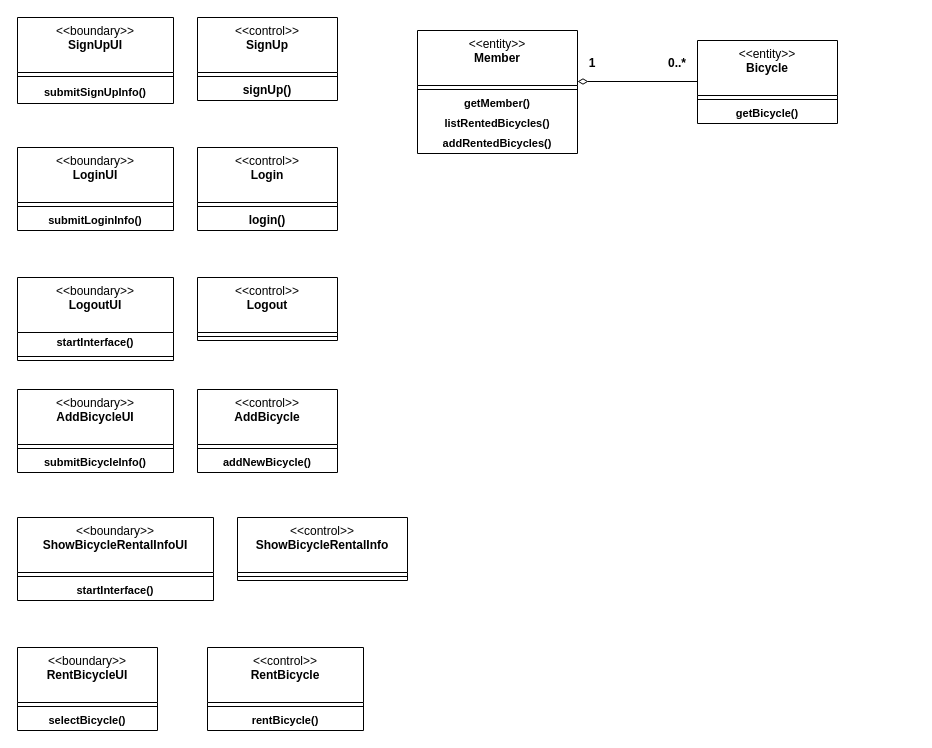
The draw.io diagram HW2-1/analysis class diagram.drawio in hoyun06/2025-hongik-se-hw-2, before the edit. Source tidied: cells renumbered, new cells numbered last; positions are measured from the earlier drawing's top-left corner, leaving out a move shared by most shapes. Both pictures are drawn from the tidied source at 100%, with x=0, y=0 at pixel (17, 17).
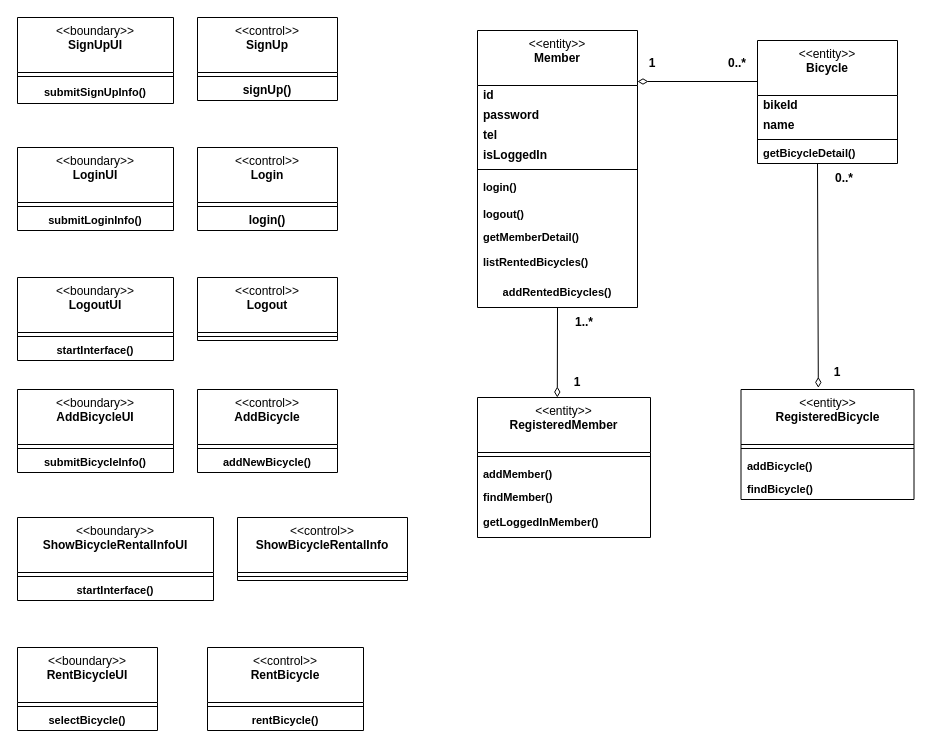
The same diagram, later.

Commit message:
[HW2-1] analysis class diagram 수정

The change refers to these unchanged cells:
```xml
<mxCell id="16" value="&amp;lt;&amp;lt;boundary&amp;gt;&amp;gt;&lt;br&gt;&lt;b&gt;LogoutUI&lt;/b&gt;" style="swimlane;fontStyle=0;align=center;verticalAlign=top;horizontal=1;startSize=55;html=1;whiteSpace=wrap;" parent="1" vertex="1">
  <mxGeometry y="260" width="156" height="83" as="geometry" />
</mxCell>
```

Change to the diagram source:
```diff
@@
+    <mxCell id="18" style="line;strokeWidth=1;fillColor=none;align=left;verticalAlign=middle;spacingTop=-1;spacingLeft=3;spacingRight=3;labelPosition=right;" parent="16" vertex="1">
+      <mxGeometry y="55" width="156" height="8" as="geometry" />
+    </mxCell>
     <mxCell id="17" value="&lt;b style=&quot;font-size: 11px; text-wrap-mode: nowrap;&quot;&gt;startInterface()&lt;/b&gt;" style="text;html=1;strokeColor=none;fillColor=none;align=center;verticalAlign=middle;spacingLeft=4;spacingRight=4;overflow=hidden;whiteSpace=wrap;" parent="16" vertex="1">
-      <mxGeometry y="55" width="156" height="20" as="geometry" />
+      <mxGeometry y="63" width="156" height="20" as="geometry" />
     </mxCell>
-    <mxCell id="18" style="line;strokeWidth=1;fillColor=none;align=left;verticalAlign=middle;spacingTop=-1;spacingLeft=3;spacingRight=3;labelPosition=right;" parent="16" vertex="1">
-      <mxGeometry y="75" width="156" height="8" as="geometry" />
-    </mxCell>
@@
     <mxCell id="36" value="&amp;lt;&amp;lt;entity&amp;gt;&amp;gt;&lt;br&gt;&lt;b&gt;Bicycle&lt;/b&gt;" style="swimlane;fontStyle=0;align=center;verticalAlign=top;horizontal=1;startSize=55;html=1;whiteSpace=wrap;" parent="1" vertex="1">
-      <mxGeometry x="680" y="23" width="140" height="83" as="geometry" />
+      <mxGeometry x="740" y="23" width="140" height="123" as="geometry" />
     </mxCell>
+    <mxCell id="47" value="&lt;b&gt;bikeId&lt;/b&gt;" style="text;html=1;strokeColor=none;fillColor=none;align=left;verticalAlign=middle;spacingLeft=4;spacingRight=4;overflow=hidden;whiteSpace=wrap;" parent="36" vertex="1">
+      <mxGeometry y="55" width="140" height="20" as="geometry" />
+    </mxCell>
+    <mxCell id="48" value="&lt;b&gt;name&lt;/b&gt;" style="text;html=1;strokeColor=none;fillColor=none;align=left;verticalAlign=middle;spacingLeft=4;spacingRight=4;overflow=hidden;whiteSpace=wrap;" parent="36" vertex="1">
+      <mxGeometry y="75" width="140" height="20" as="geometry" />
+    </mxCell>
     <mxCell id="37" style="line;strokeWidth=1;fillColor=none;align=left;verticalAlign=middle;spacingTop=-1;spacingLeft=3;spacingRight=3;labelPosition=right;" parent="36" vertex="1">
-      <mxGeometry y="55" width="140" height="8" as="geometry" />
+      <mxGeometry y="95" width="140" height="8" as="geometry" />
     </mxCell>
-    <mxCell id="38" value="&lt;b style=&quot;font-size: 11px; text-wrap-mode: nowrap;&quot;&gt;getBicycle()&lt;/b&gt;" style="text;html=1;strokeColor=none;fillColor=none;align=center;verticalAlign=middle;spacingLeft=4;spacingRight=4;overflow=hidden;whiteSpace=wrap;" parent="36" vertex="1">
-      <mxGeometry y="63" width="140" height="20" as="geometry" />
+    <mxCell id="38" value="&lt;b style=&quot;font-size: 11px; text-wrap-mode: nowrap;&quot;&gt;getBicycleDetail()&lt;/b&gt;" style="text;html=1;strokeColor=none;fillColor=none;align=left;verticalAlign=middle;spacingLeft=4;spacingRight=4;overflow=hidden;whiteSpace=wrap;" parent="36" vertex="1">
+      <mxGeometry y="103" width="140" height="20" as="geometry" />
     </mxCell>
     <mxCell id="39" value="&amp;lt;&amp;lt;entity&amp;gt;&amp;gt;&lt;br&gt;&lt;b&gt;Member&lt;/b&gt;" style="swimlane;fontStyle=0;align=center;verticalAlign=top;horizontal=1;startSize=55;html=1;whiteSpace=wrap;" parent="1" vertex="1">
-      <mxGeometry x="400" y="13" width="160" height="123" as="geometry" />
+      <mxGeometry x="460" y="13" width="160" height="277" as="geometry" />
     </mxCell>
+    <mxCell id="49" value="&lt;b&gt;id&lt;/b&gt;" style="text;html=1;strokeColor=none;fillColor=none;align=left;verticalAlign=middle;spacingLeft=4;spacingRight=4;overflow=hidden;whiteSpace=wrap;" parent="39" vertex="1">
+      <mxGeometry y="55" width="160" height="20" as="geometry" />
+    </mxCell>
+    <mxCell id="50" value="&lt;b&gt;password&lt;/b&gt;" style="text;html=1;strokeColor=none;fillColor=none;align=left;verticalAlign=middle;spacingLeft=4;spacingRight=4;overflow=hidden;whiteSpace=wrap;" parent="39" vertex="1">
+      <mxGeometry y="75" width="160" height="20" as="geometry" />
+    </mxCell>
+    <mxCell id="51" value="&lt;b&gt;tel&lt;/b&gt;" style="text;html=1;strokeColor=none;fillColor=none;align=left;verticalAlign=middle;spacingLeft=4;spacingRight=4;overflow=hidden;whiteSpace=wrap;" parent="39" vertex="1">
+      <mxGeometry y="95" width="160" height="20" as="geometry" />
+    </mxCell>
+    <mxCell id="52" value="&lt;b&gt;isLoggedIn&lt;/b&gt;" style="text;html=1;strokeColor=none;fillColor=none;align=left;verticalAlign=middle;spacingLeft=4;spacingRight=4;overflow=hidden;whiteSpace=wrap;" parent="39" vertex="1">
+      <mxGeometry y="115" width="160" height="20" as="geometry" />
+    </mxCell>
     <mxCell id="40" style="line;strokeWidth=1;fillColor=none;align=left;verticalAlign=middle;spacingTop=-1;spacingLeft=3;spacingRight=3;labelPosition=right;" parent="39" vertex="1">
-      <mxGeometry y="55" width="160" height="8" as="geometry" />
+      <mxGeometry y="135" width="160" height="8" as="geometry" />
     </mxCell>
-    <mxCell id="41" value="&lt;b style=&quot;font-size: 11px; text-wrap-mode: nowrap;&quot;&gt;getMember()&lt;/b&gt;" style="text;html=1;strokeColor=none;fillColor=none;align=center;verticalAlign=middle;spacingLeft=4;spacingRight=4;overflow=hidden;whiteSpace=wrap;" parent="39" vertex="1">
-      <mxGeometry y="63" width="160" height="20" as="geometry" />
+    <mxCell id="41" value="&lt;b style=&quot;font-size: 11px; text-wrap-mode: nowrap;&quot;&gt;login()&lt;/b&gt;" style="text;html=1;strokeColor=none;fillColor=none;align=left;verticalAlign=middle;spacingLeft=4;spacingRight=4;overflow=hidden;whiteSpace=wrap;" parent="39" vertex="1">
+      <mxGeometry y="143" width="160" height="27" as="geometry" />
     </mxCell>
+    <mxCell id="53" value="&lt;b style=&quot;font-size: 11px; text-wrap-mode: nowrap;&quot;&gt;logout()&lt;/b&gt;" style="text;html=1;strokeColor=none;fillColor=none;align=left;verticalAlign=middle;spacingLeft=4;spacingRight=4;overflow=hidden;whiteSpace=wrap;" parent="39" vertex="1">
+      <mxGeometry y="170" width="160" height="27" as="geometry" />
+    </mxCell>
+    <mxCell id="54" value="&lt;b style=&quot;font-size: 11px; text-wrap-mode: nowrap;&quot;&gt;getMemberDetail()&lt;/b&gt;" style="text;html=1;strokeColor=none;fillColor=none;align=left;verticalAlign=middle;spacingLeft=4;spacingRight=4;overflow=hidden;whiteSpace=wrap;" parent="39" vertex="1">
+      <mxGeometry y="197" width="160" height="20" as="geometry" />
+    </mxCell>
-    <mxCell id="42" value="&lt;b style=&quot;font-size: 11px; text-wrap-mode: nowrap;&quot;&gt;listRentedBicycles()&lt;/b&gt;" style="text;html=1;strokeColor=none;fillColor=none;align=center;verticalAlign=middle;spacingLeft=4;spacingRight=4;overflow=hidden;whiteSpace=wrap;" parent="39" vertex="1">
-      <mxGeometry y="83" width="160" height="20" as="geometry" />
+    <mxCell id="42" value="&lt;b style=&quot;font-size: 11px; text-wrap-mode: nowrap;&quot;&gt;listRentedBicycles()&lt;/b&gt;" style="text;html=1;strokeColor=none;fillColor=none;align=left;verticalAlign=middle;spacingLeft=4;spacingRight=4;overflow=hidden;whiteSpace=wrap;" parent="39" vertex="1">
+      <mxGeometry y="217" width="160" height="30" as="geometry" />
     </mxCell>
     <mxCell id="43" value="&lt;b style=&quot;font-size: 11px; text-wrap-mode: nowrap;&quot;&gt;addRentedBicycles()&lt;/b&gt;" style="text;html=1;strokeColor=none;fillColor=none;align=center;verticalAlign=middle;spacingLeft=4;spacingRight=4;overflow=hidden;whiteSpace=wrap;" parent="39" vertex="1">
-      <mxGeometry y="103" width="160" height="20" as="geometry" />
+      <mxGeometry y="247" width="160" height="30" as="geometry" />
     </mxCell>
     <mxCell id="44" style="endArrow=none;startArrow=diamondThin;endFill=0;startFill=0;html=1;verticalAlign=bottom;labelBackgroundColor=none;strokeWidth=1;startSize=8;endSize=8;rounded=0;" parent="1" edge="1">
       <mxGeometry relative="1" as="geometry">
-        <mxPoint x="560" y="64" as="sourcePoint" />
-        <mxPoint x="680" y="64" as="targetPoint" />
+        <mxPoint x="620" y="64" as="sourcePoint" />
+        <mxPoint x="740" y="64" as="targetPoint" />
       </mxGeometry>
     </mxCell>
     <mxCell id="45" value="&lt;b&gt;1&lt;/b&gt;" style="text;html=1;align=center;verticalAlign=middle;whiteSpace=wrap;rounded=0;" parent="1" vertex="1">
-      <mxGeometry x="545" y="31" width="60" height="30" as="geometry" />
+      <mxGeometry x="605" y="31" width="60" height="30" as="geometry" />
     </mxCell>
     <mxCell id="46" value="&lt;b&gt;0..*&lt;/b&gt;" style="text;html=1;align=center;verticalAlign=middle;whiteSpace=wrap;rounded=0;" parent="1" vertex="1">
-      <mxGeometry x="630" y="31" width="60" height="30" as="geometry" />
+      <mxGeometry x="690" y="31" width="60" height="30" as="geometry" />
     </mxCell>
+    <mxCell id="55" value="&amp;lt;&amp;lt;entity&amp;gt;&amp;gt;&lt;br&gt;&lt;b&gt;RegisteredMember&lt;/b&gt;" style="swimlane;fontStyle=0;align=center;verticalAlign=top;horizontal=1;startSize=55;html=1;whiteSpace=wrap;" parent="1" vertex="1">
+      <mxGeometry x="460" y="380" width="173" height="140" as="geometry" />
+    </mxCell>
+    <mxCell id="56" style="line;strokeWidth=1;fillColor=none;align=left;verticalAlign=middle;spacingTop=-1;spacingLeft=3;spacingRight=3;labelPosition=right;" parent="55" vertex="1">
+      <mxGeometry y="55" width="173" height="8" as="geometry" />
+    </mxCell>
+    <mxCell id="57" value="&lt;b style=&quot;font-size: 11px; text-wrap-mode: nowrap;&quot;&gt;addMember()&lt;/b&gt;" style="text;html=1;strokeColor=none;fillColor=none;align=left;verticalAlign=middle;spacingLeft=4;spacingRight=4;overflow=hidden;whiteSpace=wrap;" parent="55" vertex="1">
+      <mxGeometry y="63" width="173" height="27" as="geometry" />
+    </mxCell>
+    <mxCell id="58" value="&lt;b style=&quot;font-size: 11px; text-wrap-mode: nowrap;&quot;&gt;findMember()&lt;/b&gt;" style="text;html=1;strokeColor=none;fillColor=none;align=left;verticalAlign=middle;spacingLeft=4;spacingRight=4;overflow=hidden;whiteSpace=wrap;" parent="55" vertex="1">
+      <mxGeometry y="90" width="173" height="20" as="geometry" />
+    </mxCell>
+    <mxCell id="59" value="&lt;b style=&quot;font-size: 11px; text-align: center; text-wrap-mode: nowrap;&quot;&gt;getLoggedInMember()&lt;/b&gt;" style="text;html=1;strokeColor=none;fillColor=none;align=left;verticalAlign=middle;spacingLeft=4;spacingRight=4;overflow=hidden;whiteSpace=wrap;" parent="55" vertex="1">
+      <mxGeometry y="110" width="173" height="30" as="geometry" />
+    </mxCell>
+    <mxCell id="60" value="&amp;lt;&amp;lt;entity&amp;gt;&amp;gt;&lt;br&gt;&lt;b&gt;RegisteredBicycle&lt;/b&gt;" style="swimlane;fontStyle=0;align=center;verticalAlign=top;horizontal=1;startSize=55;html=1;whiteSpace=wrap;" parent="1" vertex="1">
+      <mxGeometry x="723.5" y="372" width="173" height="110" as="geometry" />
+    </mxCell>
+    <mxCell id="61" style="line;strokeWidth=1;fillColor=none;align=left;verticalAlign=middle;spacingTop=-1;spacingLeft=3;spacingRight=3;labelPosition=right;" parent="60" vertex="1">
+      <mxGeometry y="55" width="173" height="8" as="geometry" />
+    </mxCell>
+    <mxCell id="62" value="&lt;b style=&quot;font-size: 11px; text-wrap-mode: nowrap;&quot;&gt;addBicycle()&lt;/b&gt;" style="text;html=1;strokeColor=none;fillColor=none;align=left;verticalAlign=middle;spacingLeft=4;spacingRight=4;overflow=hidden;whiteSpace=wrap;" parent="60" vertex="1">
+      <mxGeometry y="63" width="173" height="27" as="geometry" />
+    </mxCell>
+    <mxCell id="63" value="&lt;b style=&quot;font-size: 11px; text-wrap-mode: nowrap;&quot;&gt;findBicycle()&lt;/b&gt;" style="text;html=1;strokeColor=none;fillColor=none;align=left;verticalAlign=middle;spacingLeft=4;spacingRight=4;overflow=hidden;whiteSpace=wrap;" parent="60" vertex="1">
+      <mxGeometry y="90" width="173" height="20" as="geometry" />
+    </mxCell>
+    <mxCell id="64" style="endArrow=none;startArrow=diamondThin;endFill=0;startFill=0;html=1;verticalAlign=bottom;labelBackgroundColor=none;strokeWidth=1;startSize=8;endSize=8;rounded=0;exitX=0.5;exitY=0;exitDx=0;exitDy=0;" parent="1" edge="1">
+      <mxGeometry relative="1" as="geometry">
+        <mxPoint x="539.8" y="380" as="sourcePoint" />
+        <mxPoint x="540" y="290" as="targetPoint" />
+      </mxGeometry>
+    </mxCell>
+    <mxCell id="65" value="&lt;b&gt;1&lt;/b&gt;" style="text;html=1;align=center;verticalAlign=middle;whiteSpace=wrap;rounded=0;" parent="1" vertex="1">
+      <mxGeometry x="530" y="350" width="60" height="30" as="geometry" />
+    </mxCell>
+    <mxCell id="66" value="&lt;b&gt;1..*&lt;/b&gt;" style="text;html=1;align=center;verticalAlign=middle;whiteSpace=wrap;rounded=0;" parent="1" vertex="1">
+      <mxGeometry x="537" y="290" width="60" height="30" as="geometry" />
+    </mxCell>
+    <mxCell id="67" style="endArrow=none;startArrow=diamondThin;endFill=0;startFill=0;html=1;verticalAlign=bottom;labelBackgroundColor=none;strokeWidth=1;startSize=8;endSize=8;rounded=0;exitX=0.447;exitY=-0.015;exitDx=0;exitDy=0;exitPerimeter=0;" parent="1" edge="1" source="60">
+      <mxGeometry relative="1" as="geometry">
+        <mxPoint x="800" y="146" as="targetPoint" />
+      </mxGeometry>
+    </mxCell>
+    <mxCell id="68" value="&lt;b&gt;1&lt;/b&gt;" style="text;html=1;align=center;verticalAlign=middle;whiteSpace=wrap;rounded=0;" parent="1" vertex="1">
+      <mxGeometry x="790" y="340" width="60" height="30" as="geometry" />
+    </mxCell>
+    <mxCell id="69" value="&lt;b&gt;0..*&lt;/b&gt;" style="text;html=1;align=center;verticalAlign=middle;whiteSpace=wrap;rounded=0;" parent="1" vertex="1">
+      <mxGeometry x="797" y="146" width="60" height="30" as="geometry" />
+    </mxCell>
```
